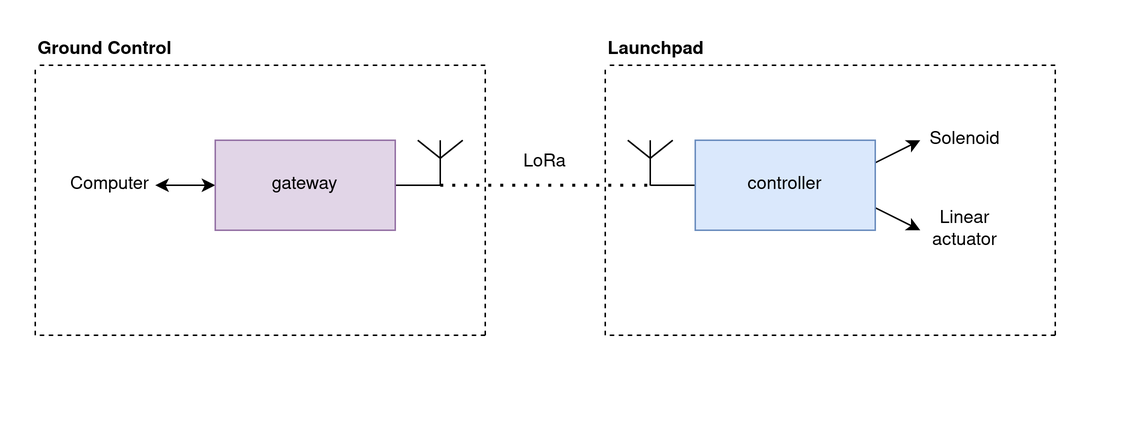
This is doc/img/launchpad_controller_gateway.png from aesirkth/launchpad-controller, a draw.io export, as it was before one commit. Source tidied: cells renumbered, new cells last; positions are measured from the earlier drawing's top-left corner, leaving out a move shared by most shapes. Source of this version:
```xml
<mxGraphModel>
  <root>
    <mxCell id="0" />
    <mxCell id="1" parent="0" />
    <mxCell id="2" style="edgeStyle=orthogonalEdgeStyle;rounded=0;jettySize=auto;html=1;exitX=1;exitY=0.5;exitDx=0;exitDy=0;endArrow=none;endFill=0;" parent="1" edge="1" source="4">
      <mxGeometry relative="1" as="geometry">
        <mxPoint x="270" y="100" as="targetPoint" />
      </mxGeometry>
    </mxCell>
    <mxCell id="3" style="edgeStyle=none;rounded=0;jettySize=auto;html=1;exitX=0;exitY=0.5;exitDx=0;exitDy=0;endArrow=classic;endFill=1;startArrow=classic;startFill=1;" parent="1" edge="1" source="4">
      <mxGeometry relative="1" as="geometry">
        <mxPoint x="80" y="100" as="targetPoint" />
      </mxGeometry>
    </mxCell>
    <mxCell id="4" value="gateway" style="rounded=0;whiteSpace=wrap;html=1;fillColor=#e1d5e7;strokeColor=#9673a6;" parent="1" vertex="1">
      <mxGeometry x="120" y="70" width="120" height="60" as="geometry" />
    </mxCell>
    <mxCell id="5" style="edgeStyle=orthogonalEdgeStyle;rounded=0;jettySize=auto;html=1;exitX=0;exitY=0.5;exitDx=0;exitDy=0;endArrow=none;endFill=0;" parent="1" edge="1" source="8">
      <mxGeometry relative="1" as="geometry">
        <mxPoint x="410" y="100.1" as="targetPoint" />
      </mxGeometry>
    </mxCell>
    <mxCell id="6" style="rounded=0;jettySize=auto;html=1;exitX=1;exitY=0.75;exitDx=0;exitDy=0;endArrow=classic;endFill=1;" parent="1" edge="1" source="8">
      <mxGeometry relative="1" as="geometry">
        <mxPoint x="590" y="130" as="targetPoint" />
      </mxGeometry>
    </mxCell>
    <mxCell id="7" style="edgeStyle=none;rounded=0;jettySize=auto;html=1;exitX=1;exitY=0.25;exitDx=0;exitDy=0;endArrow=classic;endFill=1;" parent="1" edge="1" source="8">
      <mxGeometry relative="1" as="geometry">
        <mxPoint x="590" y="70" as="targetPoint" />
      </mxGeometry>
    </mxCell>
    <mxCell id="8" value="controller" style="rounded=0;whiteSpace=wrap;html=1;fillColor=#dae8fc;strokeColor=#6c8ebf;" parent="1" vertex="1">
      <mxGeometry x="440" y="70" width="120" height="60" as="geometry" />
    </mxCell>
    <mxCell id="9" style="verticalLabelPosition=bottom;shadow=0;dashed=0;align=center;html=1;verticalAlign=top;shape=mxgraph.electrical.radio.aerial_-_antenna_1;" parent="1" vertex="1">
      <mxGeometry x="255" y="70" width="30" height="30" as="geometry" />
    </mxCell>
    <mxCell id="10" style="verticalLabelPosition=bottom;shadow=0;dashed=0;align=center;html=1;verticalAlign=top;shape=mxgraph.electrical.radio.aerial_-_antenna_1;" parent="1" vertex="1">
      <mxGeometry x="395" y="70" width="30" height="30" as="geometry" />
    </mxCell>
    <mxCell id="11" style="endArrow=none;dashed=1;html=1;dashPattern=1 3;strokeWidth=2;entryX=0.5;entryY=1;entryDx=0;entryDy=0;entryPerimeter=0;exitX=0.5;exitY=1;exitDx=0;exitDy=0;exitPerimeter=0;" parent="1" edge="1" source="9" target="10">
      <mxGeometry relative="1" as="geometry" />
    </mxCell>
    <mxCell id="12" value="LoRa" style="text;html=1;strokeColor=none;fillColor=none;align=center;verticalAlign=middle;whiteSpace=wrap;rounded=0;" parent="1" vertex="1">
      <mxGeometry x="320" y="75" width="40" height="20" as="geometry" />
    </mxCell>
    <mxCell id="13" style="endArrow=none;dashed=1;html=1;" parent="1" edge="1">
      <mxGeometry relative="1" as="geometry">
        <mxPoint x="380" y="200" as="sourcePoint" />
        <mxPoint x="380" y="20" as="targetPoint" />
      </mxGeometry>
    </mxCell>
    <mxCell id="14" style="endArrow=none;dashed=1;html=1;" parent="1" edge="1">
      <mxGeometry relative="1" as="geometry">
        <mxPoint x="680" y="200" as="sourcePoint" />
        <mxPoint x="680" y="20" as="targetPoint" />
      </mxGeometry>
    </mxCell>
    <mxCell id="15" style="endArrow=none;dashed=1;html=1;" parent="1" edge="1">
      <mxGeometry relative="1" as="geometry">
        <mxPoint x="680" y="20" as="sourcePoint" />
        <mxPoint x="380" y="20" as="targetPoint" />
      </mxGeometry>
    </mxCell>
    <mxCell id="16" style="endArrow=none;dashed=1;html=1;" parent="1" edge="1">
      <mxGeometry relative="1" as="geometry">
        <mxPoint x="680" y="200" as="sourcePoint" />
        <mxPoint x="380" y="200" as="targetPoint" />
      </mxGeometry>
    </mxCell>
    <mxCell id="17" value="Solenoid" style="text;html=1;strokeColor=none;fillColor=none;align=center;verticalAlign=middle;whiteSpace=wrap;rounded=0;" parent="1" vertex="1">
      <mxGeometry x="600" y="60" width="40" height="20" as="geometry" />
    </mxCell>
    <mxCell id="18" value="Linear actuator" style="text;html=1;strokeColor=none;fillColor=none;align=center;verticalAlign=middle;whiteSpace=wrap;rounded=0;" parent="1" vertex="1">
      <mxGeometry x="600" y="120" width="40" height="20" as="geometry" />
    </mxCell>
    <mxCell id="19" value="&lt;b&gt;Launchpad&lt;/b&gt;" style="text;html=1;strokeColor=none;fillColor=none;align=left;verticalAlign=middle;whiteSpace=wrap;rounded=0;" parent="1" vertex="1">
      <mxGeometry x="380" width="40" height="20" as="geometry" />
    </mxCell>
    <mxCell id="20" value="Computer" style="text;html=1;strokeColor=none;fillColor=none;align=center;verticalAlign=middle;whiteSpace=wrap;rounded=0;" parent="1" vertex="1">
      <mxGeometry x="30" y="90" width="40" height="20" as="geometry" />
    </mxCell>
    <mxCell id="21" style="endArrow=none;dashed=1;html=1;" parent="1" edge="1">
      <mxGeometry relative="1" as="geometry">
        <mxPoint x="300" y="200" as="sourcePoint" />
        <mxPoint x="300" y="20" as="targetPoint" />
      </mxGeometry>
    </mxCell>
    <mxCell id="22" style="endArrow=none;dashed=1;html=1;" parent="1" edge="1">
      <mxGeometry relative="1" as="geometry">
        <mxPoint y="200" as="sourcePoint" />
        <mxPoint y="20" as="targetPoint" />
      </mxGeometry>
    </mxCell>
    <mxCell id="23" style="endArrow=none;dashed=1;html=1;" parent="1" edge="1">
      <mxGeometry relative="1" as="geometry">
        <mxPoint x="300" y="200" as="sourcePoint" />
        <mxPoint y="200" as="targetPoint" />
      </mxGeometry>
    </mxCell>
    <mxCell id="24" style="endArrow=none;dashed=1;html=1;" parent="1" edge="1">
      <mxGeometry relative="1" as="geometry">
        <mxPoint x="300" y="20" as="sourcePoint" />
        <mxPoint y="20" as="targetPoint" />
      </mxGeometry>
    </mxCell>
    <mxCell id="25" value="&lt;b&gt;Ground Control&lt;/b&gt;" style="text;html=1;strokeColor=none;fillColor=none;align=left;verticalAlign=middle;whiteSpace=wrap;rounded=0;" parent="1" vertex="1">
      <mxGeometry width="110" height="20" as="geometry" />
    </mxCell>
  </root>
</mxGraphModel>
```
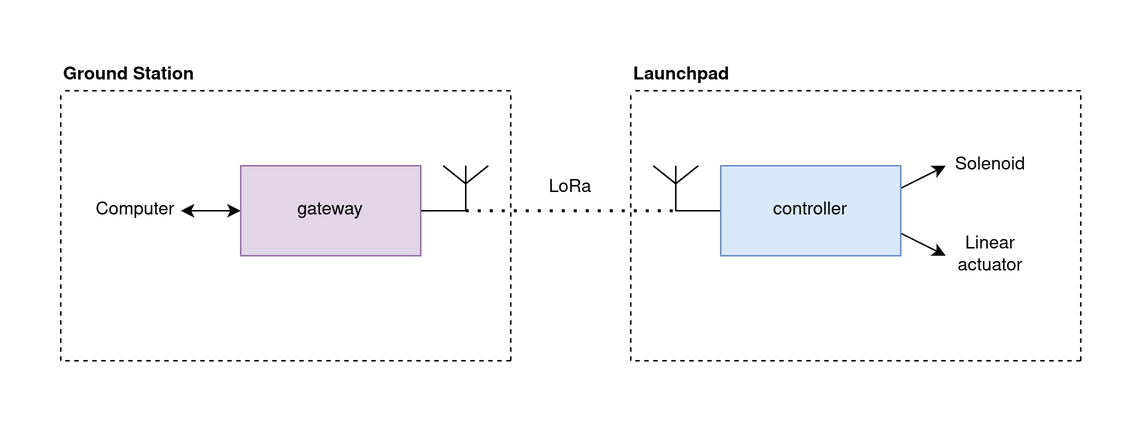
After the change.

Commit message:
doc: update gateway description

The edit, as a diff of the source:
```diff
@@ -105,7 +105,7 @@
         <mxPoint y="20" as="targetPoint" />
       </mxGeometry>
     </mxCell>
-    <mxCell id="25" value="&lt;b&gt;Ground Control&lt;/b&gt;" style="text;html=1;strokeColor=none;fillColor=none;align=left;verticalAlign=middle;whiteSpace=wrap;rounded=0;" parent="1" vertex="1">
+    <mxCell id="25" value="&lt;b&gt;Ground Station&lt;br&gt;&lt;/b&gt;" style="text;html=1;strokeColor=none;fillColor=none;align=left;verticalAlign=middle;whiteSpace=wrap;rounded=0;" parent="1" vertex="1">
       <mxGeometry width="110" height="20" as="geometry" />
     </mxCell>
   </root>
```
